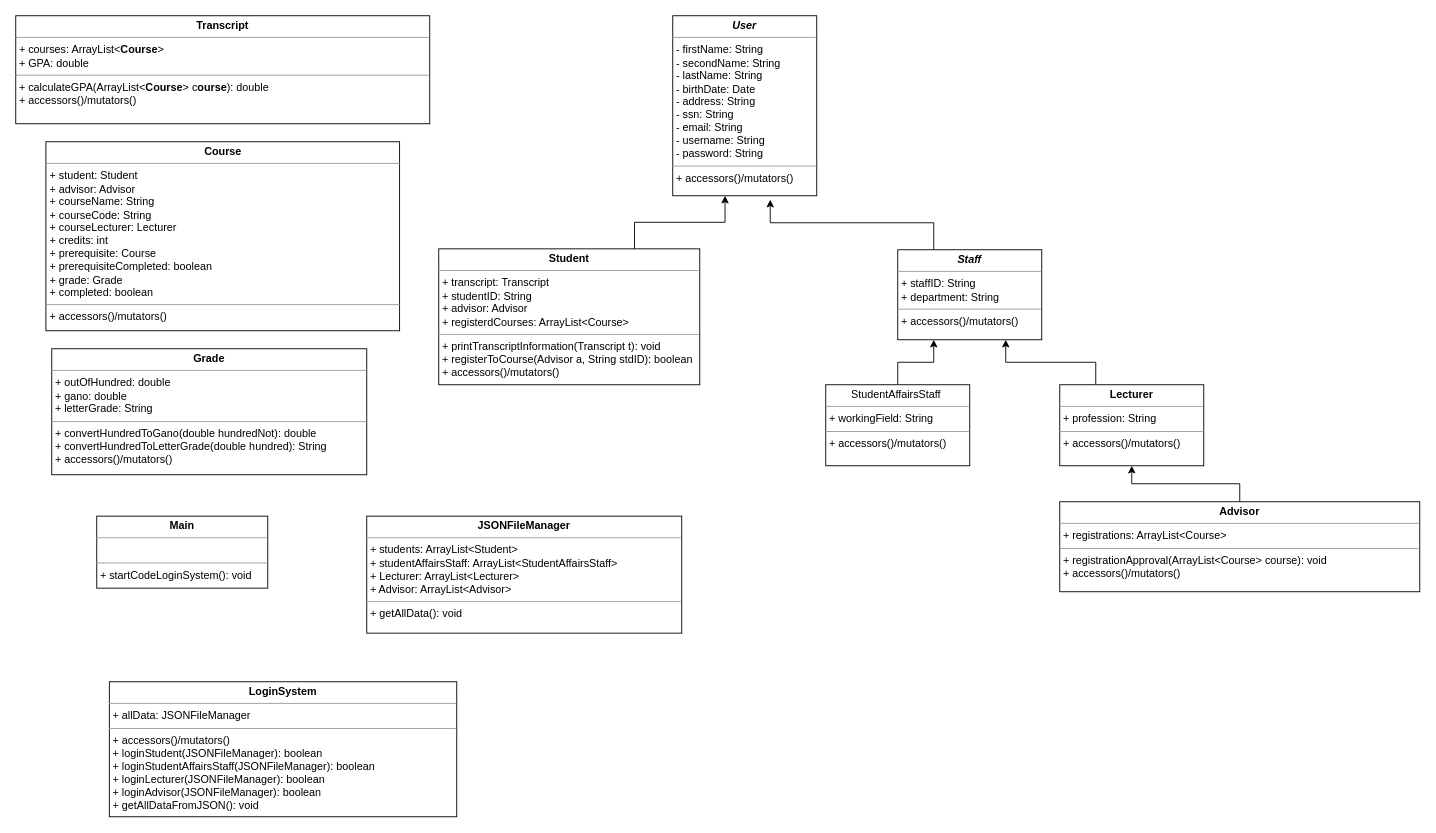
Above: Iteration_1/UML.drawio in yigittuncer07/CSE3063F23P1_GRP9 (draw.io), before the change. Source tidied: cells renumbered, new cells numbered last; positions are measured from the earlier drawing's top-left corner, leaving out a move shared by most shapes. Both pictures are drawn from the tidied source at 90%, with x=0, y=0 at pixel (15, 15).
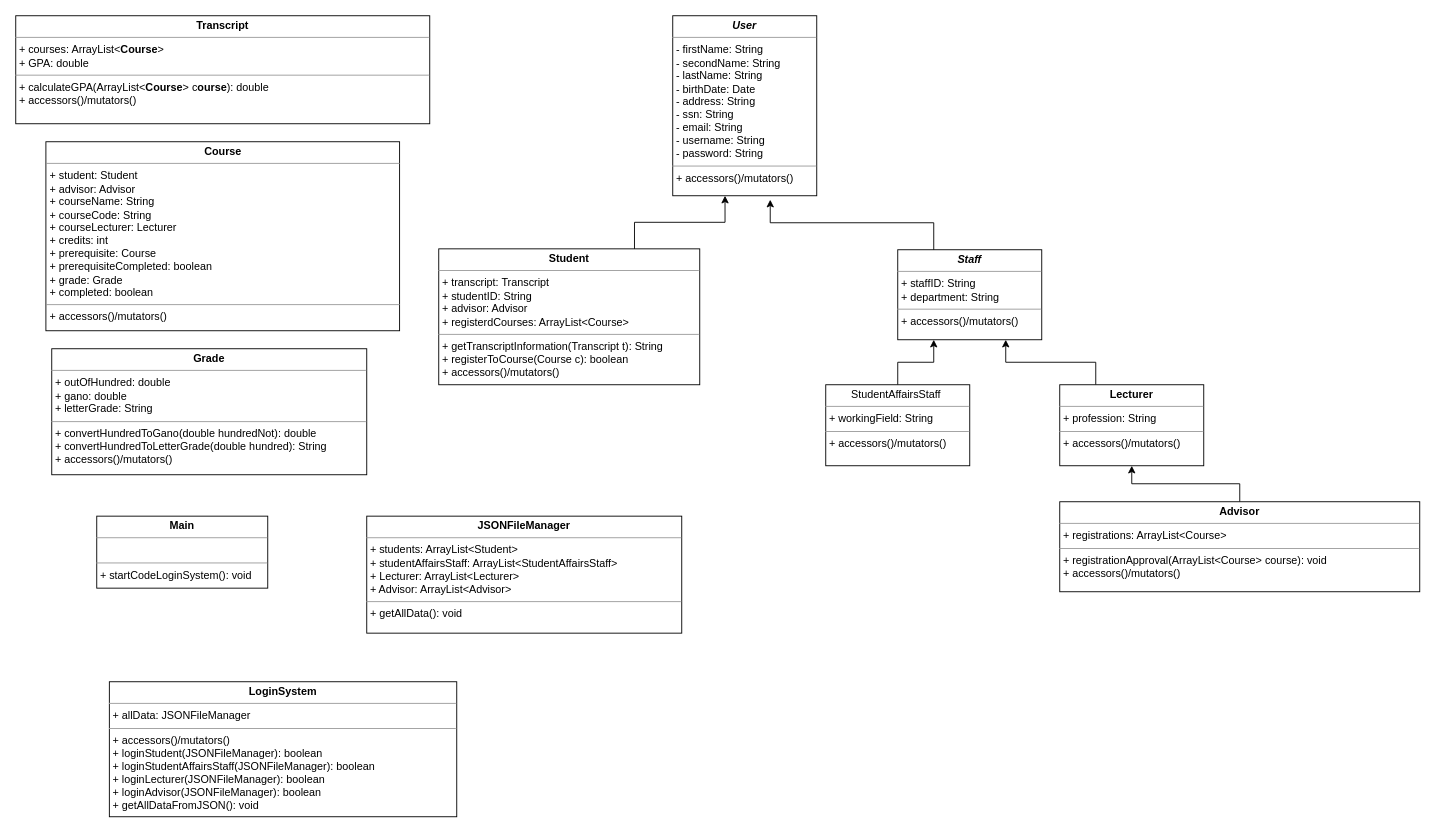
The same page after the edit.

Commit message:
Edited Student Object

What changed in the source:
```diff
@@
 <mxGraphModel>
   <root>
     <mxCell id="0" />
     <mxCell id="1" parent="0" />
     <mxCell id="2" value="&lt;p style=&quot;margin:0px;margin-top:4px;text-align:center;&quot;&gt;&lt;b&gt;&lt;i&gt;User&lt;/i&gt;&lt;/b&gt;&lt;/p&gt;&lt;hr size=&quot;1&quot;&gt;&lt;p style=&quot;margin:0px;margin-left:4px;&quot;&gt;- firstName: String&lt;/p&gt;&lt;p style=&quot;margin:0px;margin-left:4px;&quot;&gt;- secondName: String&lt;/p&gt;&lt;p style=&quot;margin:0px;margin-left:4px;&quot;&gt;-&amp;nbsp;&lt;span style=&quot;background-color: initial;&quot;&gt;lastName: String&lt;/span&gt;&lt;/p&gt;&lt;p style=&quot;border-color: var(--border-color); margin: 0px 0px 0px 4px;&quot;&gt;- birthDate: Date&lt;/p&gt;&lt;p style=&quot;margin:0px;margin-left:4px;&quot;&gt;- address: String&lt;/p&gt;&lt;p style=&quot;margin:0px;margin-left:4px;&quot;&gt;- ssn: String&lt;/p&gt;&lt;p style=&quot;margin:0px;margin-left:4px;&quot;&gt;- email: String&lt;/p&gt;&lt;p style=&quot;margin:0px;margin-left:4px;&quot;&gt;- username: String&lt;/p&gt;&lt;p style=&quot;margin:0px;margin-left:4px;&quot;&gt;- password: String&lt;/p&gt;&lt;hr size=&quot;1&quot;&gt;&lt;p style=&quot;margin:0px;margin-left:4px;&quot;&gt;+ accessors()/mutators()&lt;/p&gt;" style="verticalAlign=top;align=left;overflow=fill;fontSize=12;fontFamily=Helvetica;html=1;whiteSpace=wrap;" parent="1" vertex="1">
       <mxGeometry x="730" width="160" height="200" as="geometry" />
     </mxCell>
-    <mxCell id="3" value="&lt;p style=&quot;margin:0px;margin-top:4px;text-align:center;&quot;&gt;&lt;b&gt;Student&lt;/b&gt;&lt;/p&gt;&lt;hr size=&quot;1&quot;&gt;&lt;p style=&quot;margin:0px;margin-left:4px;&quot;&gt;+ transcript: Transcript&lt;/p&gt;&lt;p style=&quot;margin:0px;margin-left:4px;&quot;&gt;+ studentID: String&lt;/p&gt;&lt;p style=&quot;margin:0px;margin-left:4px;&quot;&gt;+ advisor: Advisor&lt;/p&gt;&lt;p style=&quot;margin:0px;margin-left:4px;&quot;&gt;+ registerdCourses: ArrayList&amp;lt;Course&amp;gt;&lt;/p&gt;&lt;hr size=&quot;1&quot;&gt;&lt;p style=&quot;margin:0px;margin-left:4px;&quot;&gt;+ printTranscriptInformation(Transcript t): void&lt;/p&gt;&lt;p style=&quot;margin:0px;margin-left:4px;&quot;&gt;&lt;span style=&quot;background-color: initial;&quot;&gt;+ registerToCourse(Advisor a, String stdID): boolean&lt;/span&gt;&lt;/p&gt;&lt;p style=&quot;margin:0px;margin-left:4px;&quot;&gt;&lt;span style=&quot;background-color: initial;&quot;&gt;+ accessors()/mutators()&lt;/span&gt;&lt;br&gt;&lt;/p&gt;" style="verticalAlign=top;align=left;overflow=fill;fontSize=12;fontFamily=Helvetica;html=1;whiteSpace=wrap;" parent="1" vertex="1">
+    <mxCell id="3" value="&lt;p style=&quot;margin:0px;margin-top:4px;text-align:center;&quot;&gt;&lt;b&gt;Student&lt;/b&gt;&lt;/p&gt;&lt;hr size=&quot;1&quot;&gt;&lt;p style=&quot;margin:0px;margin-left:4px;&quot;&gt;+ transcript: Transcript&lt;/p&gt;&lt;p style=&quot;margin:0px;margin-left:4px;&quot;&gt;+ studentID: String&lt;/p&gt;&lt;p style=&quot;margin:0px;margin-left:4px;&quot;&gt;+ advisor: Advisor&lt;/p&gt;&lt;p style=&quot;margin:0px;margin-left:4px;&quot;&gt;+ registerdCourses: ArrayList&amp;lt;Course&amp;gt;&lt;/p&gt;&lt;hr size=&quot;1&quot;&gt;&lt;p style=&quot;margin:0px;margin-left:4px;&quot;&gt;+ getTranscriptInformation(Transcript t): String&lt;/p&gt;&lt;p style=&quot;margin:0px;margin-left:4px;&quot;&gt;&lt;span style=&quot;background-color: initial;&quot;&gt;+ registerToCourse(Course c): boolean&lt;/span&gt;&lt;/p&gt;&lt;p style=&quot;margin:0px;margin-left:4px;&quot;&gt;&lt;span style=&quot;background-color: initial;&quot;&gt;+ accessors()/mutators()&lt;/span&gt;&lt;br&gt;&lt;/p&gt;" style="verticalAlign=top;align=left;overflow=fill;fontSize=12;fontFamily=Helvetica;html=1;whiteSpace=wrap;" parent="1" vertex="1">
       <mxGeometry x="470" y="259" width="290" height="151" as="geometry" />
     </mxCell>
     <mxCell id="4" style="edgeStyle=orthogonalEdgeStyle;rounded=0;jettySize=auto;html=1;exitX=0.5;exitY=0;exitDx=0;exitDy=0;entryX=0.5;entryY=1;entryDx=0;entryDy=0;" parent="1" edge="1" source="5" target="13">
       <mxGeometry relative="1" as="geometry" />
     </mxCell>
     <mxCell id="5" value="&lt;p style=&quot;margin:0px;margin-top:4px;text-align:center;&quot;&gt;&lt;b&gt;Advisor&lt;/b&gt;&lt;/p&gt;&lt;hr size=&quot;1&quot;&gt;&lt;p style=&quot;margin:0px;margin-left:4px;&quot;&gt;+ registrations: ArrayList&amp;lt;Course&amp;gt;&lt;/p&gt;&lt;hr size=&quot;1&quot;&gt;&lt;p style=&quot;margin:0px;margin-left:4px;&quot;&gt;+ registrationApproval(ArrayList&amp;lt;Course&amp;gt; course): void&lt;/p&gt;&lt;p style=&quot;margin:0px;margin-left:4px;&quot;&gt;+ accessors()/mutators()&lt;br&gt;&lt;/p&gt;" style="verticalAlign=top;align=left;overflow=fill;fontSize=12;fontFamily=Helvetica;html=1;whiteSpace=wrap;" parent="1" vertex="1">
       <mxGeometry x="1160" y="540" width="400" height="100" as="geometry" />
     </mxCell>
     <mxCell id="6" value="&lt;p style=&quot;margin:0px;margin-top:4px;text-align:center;&quot;&gt;&lt;b&gt;Course&lt;/b&gt;&lt;/p&gt;&lt;hr size=&quot;1&quot;&gt;&lt;p style=&quot;margin:0px;margin-left:4px;&quot;&gt;+ student: Student&lt;/p&gt;&lt;p style=&quot;margin:0px;margin-left:4px;&quot;&gt;+ advisor: Advisor&lt;/p&gt;&lt;p style=&quot;margin:0px;margin-left:4px;&quot;&gt;+ courseName: String&lt;/p&gt;&lt;p style=&quot;margin:0px;margin-left:4px;&quot;&gt;+ courseCode: String&lt;/p&gt;&lt;p style=&quot;margin:0px;margin-left:4px;&quot;&gt;+ courseLecturer: Lecturer&lt;/p&gt;&lt;p style=&quot;margin:0px;margin-left:4px;&quot;&gt;+ credits: int&lt;/p&gt;&lt;p style=&quot;margin:0px;margin-left:4px;&quot;&gt;+ prerequisite: Course&lt;/p&gt;&lt;p style=&quot;margin:0px;margin-left:4px;&quot;&gt;+ prerequisiteCompleted: boolean&lt;/p&gt;&lt;p style=&quot;margin:0px;margin-left:4px;&quot;&gt;+ grade: Grade&lt;/p&gt;&lt;p style=&quot;margin:0px;margin-left:4px;&quot;&gt;+ completed: boolean&lt;/p&gt;&lt;hr size=&quot;1&quot;&gt;&lt;p style=&quot;margin:0px;margin-left:4px;&quot;&gt;+ accessors()/mutators()&lt;/p&gt;" style="verticalAlign=top;align=left;overflow=fill;fontSize=12;fontFamily=Helvetica;html=1;whiteSpace=wrap;" parent="1" vertex="1">
       <mxGeometry x="33.5" y="140" width="393" height="210" as="geometry" />
     </mxCell>
     <mxCell id="7" value="&lt;p style=&quot;margin:0px;margin-top:4px;text-align:center;&quot;&gt;&lt;b&gt;Transcript&lt;/b&gt;&lt;/p&gt;&lt;hr size=&quot;1&quot;&gt;&lt;p style=&quot;margin:0px;margin-left:4px;&quot;&gt;+ courses: ArrayList&amp;lt;&lt;b style=&quot;border-color: var(--border-color); text-align: center;&quot;&gt;Course&lt;/b&gt;&lt;span style=&quot;background-color: initial;&quot;&gt;&amp;gt;&lt;/span&gt;&lt;br&gt;&lt;/p&gt;&lt;p style=&quot;margin:0px;margin-left:4px;&quot;&gt;&lt;span style=&quot;background-color: initial;&quot;&gt;+ GPA: double&lt;/span&gt;&lt;/p&gt;&lt;hr size=&quot;1&quot;&gt;&lt;p style=&quot;margin:0px;margin-left:4px;&quot;&gt;+ calculateGPA(ArrayList&amp;lt;&lt;b style=&quot;border-color: var(--border-color); text-align: center;&quot;&gt;Course&lt;/b&gt;&amp;gt; c&lt;b style=&quot;border-color: var(--border-color); text-align: center;&quot;&gt;ourse&lt;/b&gt;): double&lt;/p&gt;&lt;p style=&quot;margin:0px;margin-left:4px;&quot;&gt;+ accessors()/mutators()&lt;br&gt;&lt;/p&gt;" style="verticalAlign=top;align=left;overflow=fill;fontSize=12;fontFamily=Helvetica;html=1;whiteSpace=wrap;" parent="1" vertex="1">
       <mxGeometry width="460" height="120" as="geometry" />
     </mxCell>
     <mxCell id="8" value="&lt;p style=&quot;margin:0px;margin-top:4px;text-align:center;&quot;&gt;&lt;b&gt;Grade&lt;/b&gt;&lt;/p&gt;&lt;hr size=&quot;1&quot;&gt;&lt;p style=&quot;margin:0px;margin-left:4px;&quot;&gt;+ outOfHundred: double&lt;/p&gt;&lt;p style=&quot;margin:0px;margin-left:4px;&quot;&gt;+ gano: double&lt;/p&gt;&lt;p style=&quot;margin:0px;margin-left:4px;&quot;&gt;+ letterGrade: String&lt;/p&gt;&lt;hr size=&quot;1&quot;&gt;&lt;p style=&quot;margin:0px;margin-left:4px;&quot;&gt;+ convertHundredToGano(double hundredNot): double&lt;/p&gt;&lt;p style=&quot;margin:0px;margin-left:4px;&quot;&gt;+ convertHundredToLetterGrade(double hundred): String&lt;/p&gt;&lt;p style=&quot;margin:0px;margin-left:4px;&quot;&gt;+ accessors()/mutators()&lt;br&gt;&lt;/p&gt;" style="verticalAlign=top;align=left;overflow=fill;fontSize=12;fontFamily=Helvetica;html=1;whiteSpace=wrap;" parent="1" vertex="1">
       <mxGeometry x="40" y="370" width="350" height="140" as="geometry" />
     </mxCell>
     <mxCell id="9" style="edgeStyle=orthogonalEdgeStyle;rounded=0;jettySize=auto;html=1;exitX=0.75;exitY=0;exitDx=0;exitDy=0;entryX=0.363;entryY=1;entryDx=0;entryDy=0;entryPerimeter=0;" parent="1" edge="1" source="3" target="2">
       <mxGeometry relative="1" as="geometry" />
     </mxCell>
     <mxCell id="10" value="&lt;p style=&quot;margin:0px;margin-top:4px;text-align:center;&quot;&gt;&lt;b&gt;&lt;i&gt;Staff&lt;/i&gt;&lt;/b&gt;&lt;/p&gt;&lt;hr size=&quot;1&quot;&gt;&lt;p style=&quot;margin:0px;margin-left:4px;&quot;&gt;+ staffID: String&lt;/p&gt;&lt;p style=&quot;margin:0px;margin-left:4px;&quot;&gt;+ department: String&lt;/p&gt;&lt;hr size=&quot;1&quot;&gt;&lt;p style=&quot;margin:0px;margin-left:4px;&quot;&gt;+ accessors()/mutators()&lt;br&gt;&lt;/p&gt;" style="verticalAlign=top;align=left;overflow=fill;fontSize=12;fontFamily=Helvetica;html=1;whiteSpace=wrap;" parent="1" vertex="1">
       <mxGeometry x="980" y="260" width="160" height="100" as="geometry" />
     </mxCell>
     <mxCell id="11" style="edgeStyle=orthogonalEdgeStyle;rounded=0;jettySize=auto;html=1;exitX=0.25;exitY=0;exitDx=0;exitDy=0;entryX=0.677;entryY=1.022;entryDx=0;entryDy=0;entryPerimeter=0;" parent="1" edge="1" source="10" target="2">
       <mxGeometry relative="1" as="geometry" />
     </mxCell>
     <mxCell id="12" style="edgeStyle=orthogonalEdgeStyle;rounded=0;jettySize=auto;html=1;exitX=0.25;exitY=0;exitDx=0;exitDy=0;entryX=0.75;entryY=1;entryDx=0;entryDy=0;" parent="1" edge="1" source="13" target="10">
       <mxGeometry relative="1" as="geometry" />
     </mxCell>
     <mxCell id="13" value="&lt;p style=&quot;margin:0px;margin-top:4px;text-align:center;&quot;&gt;&lt;b&gt;Lecturer&lt;/b&gt;&lt;/p&gt;&lt;hr size=&quot;1&quot;&gt;&lt;p style=&quot;margin:0px;margin-left:4px;&quot;&gt;+&amp;nbsp;profession: String&lt;/p&gt;&lt;hr size=&quot;1&quot;&gt;&lt;p style=&quot;margin:0px;margin-left:4px;&quot;&gt;+ accessors()/mutators()&lt;br&gt;&lt;/p&gt;" style="verticalAlign=top;align=left;overflow=fill;fontSize=12;fontFamily=Helvetica;html=1;whiteSpace=wrap;" parent="1" vertex="1">
       <mxGeometry x="1160" y="410" width="160" height="90" as="geometry" />
     </mxCell>
     <mxCell id="14" value="&lt;p style=&quot;margin:0px;margin-top:4px;text-align:center;&quot;&gt;&lt;b&gt;LoginSystem&lt;/b&gt;&lt;/p&gt;&lt;hr size=&quot;1&quot;&gt;&lt;p style=&quot;margin:0px;margin-left:4px;&quot;&gt;+ allData: JSONFileManager&lt;/p&gt;&lt;hr size=&quot;1&quot;&gt;&lt;p style=&quot;margin:0px;margin-left:4px;&quot;&gt;+ accessors()/mutators()&lt;br&gt;&lt;/p&gt;&lt;p style=&quot;margin:0px;margin-left:4px;&quot;&gt;+ loginStudent(JSONFileManager): boolean&lt;/p&gt;&lt;p style=&quot;border-color: var(--border-color); margin: 0px 0px 0px 4px;&quot;&gt;+ loginStudentAffairsStaff(JSONFileManager): boolean&lt;/p&gt;&lt;div&gt;&lt;p style=&quot;border-color: var(--border-color); margin: 0px 0px 0px 4px;&quot;&gt;+ loginLecturer(JSONFileManager): boolean&lt;/p&gt;&lt;div style=&quot;border-color: var(--border-color);&quot;&gt;&lt;p style=&quot;border-color: var(--border-color); margin: 0px 0px 0px 4px;&quot;&gt;+ loginAdvisor(JSONFileManager): boolean&lt;/p&gt;&lt;/div&gt;&lt;/div&gt;&lt;p style=&quot;margin:0px;margin-left:4px;&quot;&gt;+ getAllDataFromJSON(): void&lt;br&gt;&lt;/p&gt;&lt;p style=&quot;margin:0px;margin-left:4px;&quot;&gt;&lt;br&gt;&lt;/p&gt;" style="verticalAlign=top;align=left;overflow=fill;fontSize=12;fontFamily=Helvetica;html=1;whiteSpace=wrap;" parent="1" vertex="1">
       <mxGeometry x="104" y="740" width="386" height="150" as="geometry" />
     </mxCell>
     <mxCell id="15" style="edgeStyle=orthogonalEdgeStyle;rounded=0;jettySize=auto;html=1;exitX=0.5;exitY=0;exitDx=0;exitDy=0;entryX=0.25;entryY=1;entryDx=0;entryDy=0;" parent="1" edge="1" source="16" target="10">
       <mxGeometry relative="1" as="geometry" />
     </mxCell>
     <mxCell id="16" value="&lt;p style=&quot;margin:0px;margin-top:4px;text-align:center;&quot;&gt;StudentAffairsStaff&amp;nbsp;&lt;br&gt;&lt;/p&gt;&lt;hr size=&quot;1&quot;&gt;&lt;p style=&quot;margin:0px;margin-left:4px;&quot;&gt;+&amp;nbsp;workingField: String&lt;/p&gt;&lt;hr size=&quot;1&quot;&gt;&lt;p style=&quot;margin:0px;margin-left:4px;&quot;&gt;+ accessors()/mutators()&lt;br&gt;&lt;/p&gt;" style="verticalAlign=top;align=left;overflow=fill;fontSize=12;fontFamily=Helvetica;html=1;whiteSpace=wrap;" parent="1" vertex="1">
       <mxGeometry x="900" y="410" width="160" height="90" as="geometry" />
     </mxCell>
     <mxCell id="17" value="&lt;p style=&quot;margin:0px;margin-top:4px;text-align:center;&quot;&gt;&lt;b&gt;Main&lt;/b&gt;&lt;/p&gt;&lt;hr size=&quot;1&quot;&gt;&lt;p style=&quot;margin:0px;margin-left:4px;&quot;&gt;&lt;br&gt;&lt;/p&gt;&lt;hr size=&quot;1&quot;&gt;&lt;p style=&quot;margin:0px;margin-left:4px;&quot;&gt;+ startCodeLoginSystem(): void&lt;/p&gt;" style="verticalAlign=top;align=left;overflow=fill;fontSize=12;fontFamily=Helvetica;html=1;whiteSpace=wrap;" parent="1" vertex="1">
       <mxGeometry x="90" y="556" width="190" height="80" as="geometry" />
     </mxCell>
     <mxCell id="18" value="&lt;p style=&quot;margin:0px;margin-top:4px;text-align:center;&quot;&gt;&lt;b&gt;JSONFileManager&lt;/b&gt;&lt;/p&gt;&lt;hr size=&quot;1&quot;&gt;&lt;p style=&quot;margin:0px;margin-left:4px;&quot;&gt;+ students: ArrayList&amp;lt;Student&amp;gt;&lt;/p&gt;&lt;p style=&quot;margin:0px;margin-left:4px;&quot;&gt;+ studentAffairsStaff: ArrayList&amp;lt;StudentAffairsStaff&amp;gt;&lt;/p&gt;&lt;p style=&quot;margin:0px;margin-left:4px;&quot;&gt;+ Lecturer: ArrayList&amp;lt;Lecturer&amp;gt;&lt;/p&gt;&lt;p style=&quot;margin:0px;margin-left:4px;&quot;&gt;+ Advisor: ArrayList&amp;lt;Advisor&amp;gt;&lt;/p&gt;&lt;hr size=&quot;1&quot;&gt;&lt;p style=&quot;margin:0px;margin-left:4px;&quot;&gt;+ getAllData(): void&lt;/p&gt;" style="verticalAlign=top;align=left;overflow=fill;fontSize=12;fontFamily=Helvetica;html=1;whiteSpace=wrap;" parent="1" vertex="1">
       <mxGeometry x="390" y="556" width="350" height="130" as="geometry" />
     </mxCell>
   </root>
 </mxGraphModel>
```
